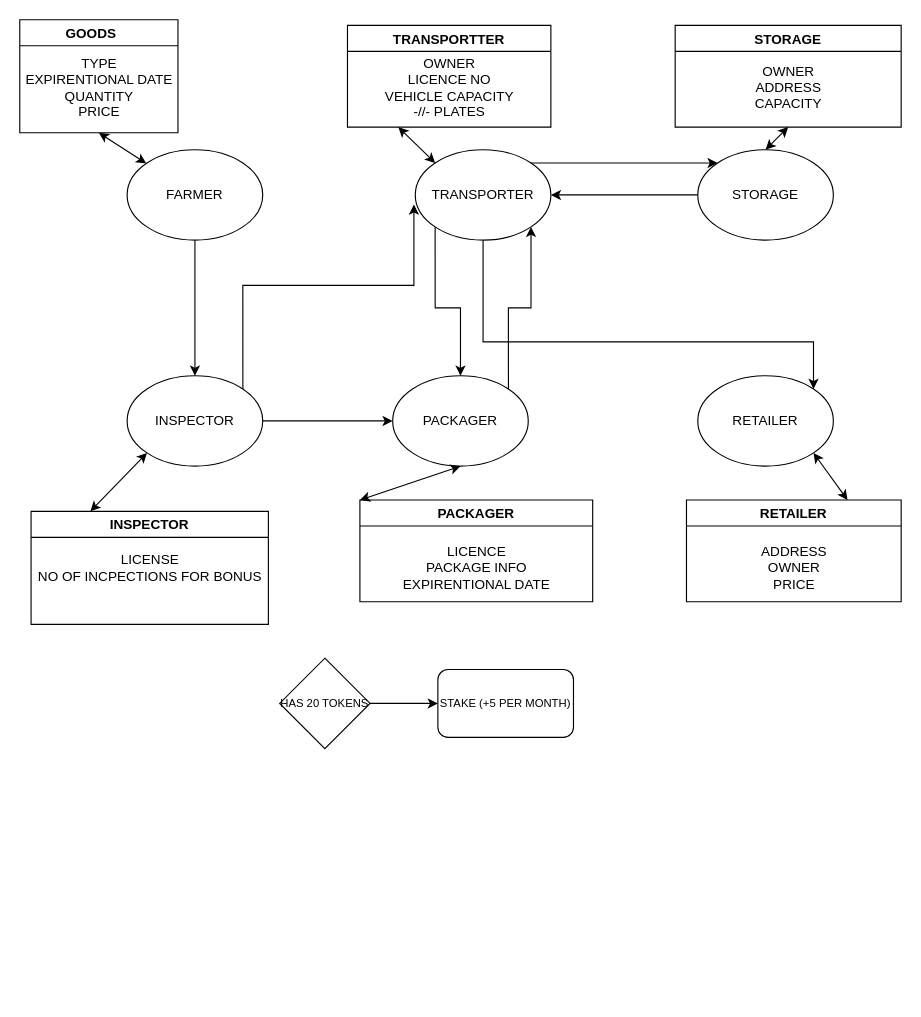
Above: Untitled Diagram.drawio in gianniskok/agricultural-sc (draw.io), before the change. Source tidied: cells renumbered, new cells numbered last; positions are measured from the earlier drawing's top-left corner, leaving out a move shared by most shapes. Both pictures are drawn from the tidied source at 113%, with x=0, y=0 at pixel (19, 19).
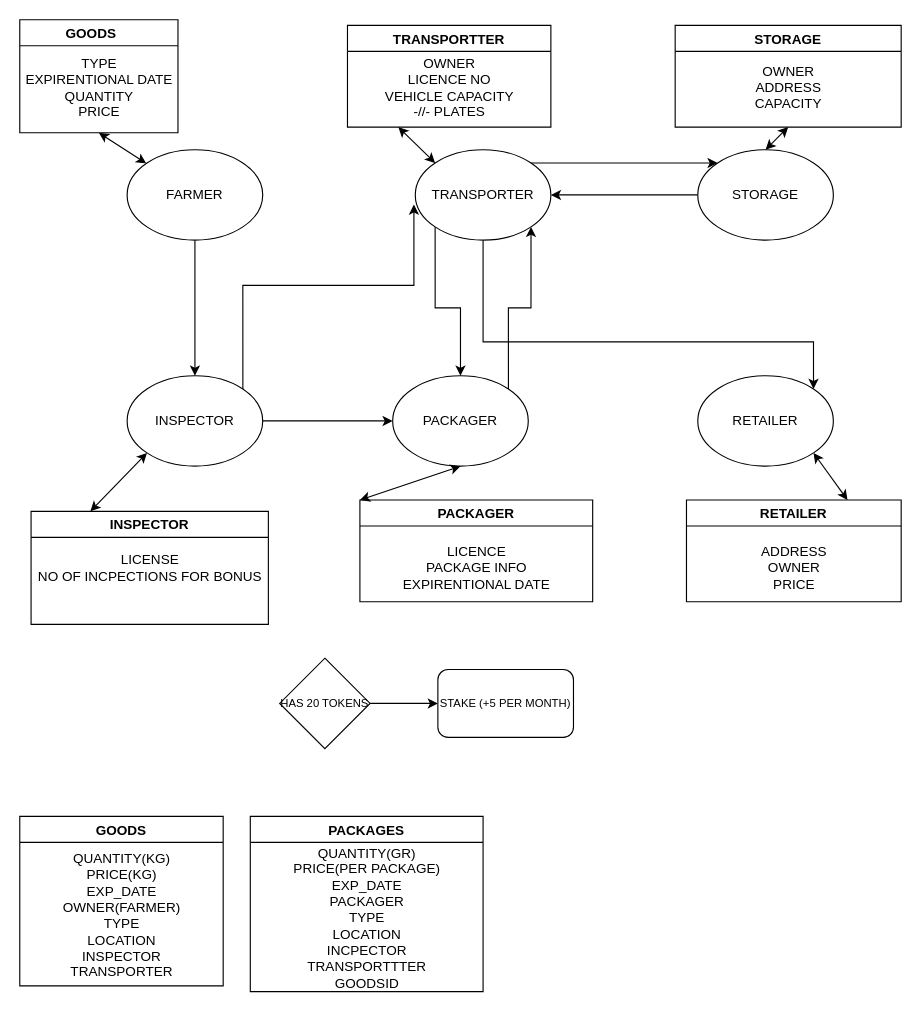
After the change.

Diff of the diagram source:
```diff
@@
+    <mxCell id="37" value="GOODS " style="swimlane;" parent="1" vertex="1">
+      <mxGeometry y="705" width="180" height="150" as="geometry" />
+    </mxCell>
+    <mxCell id="38" value="&lt;div&gt;QUANTITY(KG)&lt;/div&gt;&lt;div&gt;PRICE(KG)&lt;/div&gt;&lt;div&gt;EXP_DATE&lt;/div&gt;&lt;div&gt;OWNER(FARMER)&lt;/div&gt;&lt;div&gt;TYPE&lt;/div&gt;&lt;div&gt;LOCATION&lt;/div&gt;&lt;div&gt;INSPECTOR&lt;/div&gt;&lt;div&gt;TRANSPORTER&lt;/div&gt;&lt;div&gt;&lt;br&gt;&lt;/div&gt;" style="text;html=1;align=center;verticalAlign=middle;strokeColor=none;fillColor=none;" parent="37" vertex="1">
+      <mxGeometry x="30" y="30" width="120" height="130" as="geometry" />
+    </mxCell>
+    <mxCell id="39" value="PACKAGES" style="swimlane;" parent="1" vertex="1">
+      <mxGeometry x="204" y="705" width="206" height="155" as="geometry" />
+    </mxCell>
+    <mxCell id="40" value="&lt;div&gt;QUANTITY(GR)&lt;/div&gt;&lt;div&gt;PRICE(PER PACKAGE)&lt;/div&gt;&lt;div&gt;EXP_DATE&lt;/div&gt;&lt;div&gt;PACKAGER&lt;/div&gt;&lt;div&gt;TYPE&lt;/div&gt;&lt;div&gt;LOCATION&lt;/div&gt;&lt;div&gt;INCPECTOR&lt;/div&gt;&lt;div&gt;TRANSPORTTTER&lt;/div&gt;&lt;div&gt;GOODSID&lt;br&gt;&lt;/div&gt;" style="text;html=1;align=center;verticalAlign=middle;strokeColor=none;fillColor=none;" parent="39" vertex="1">
+      <mxGeometry x="33" y="25" width="140" height="130" as="geometry" />
+    </mxCell>
```
